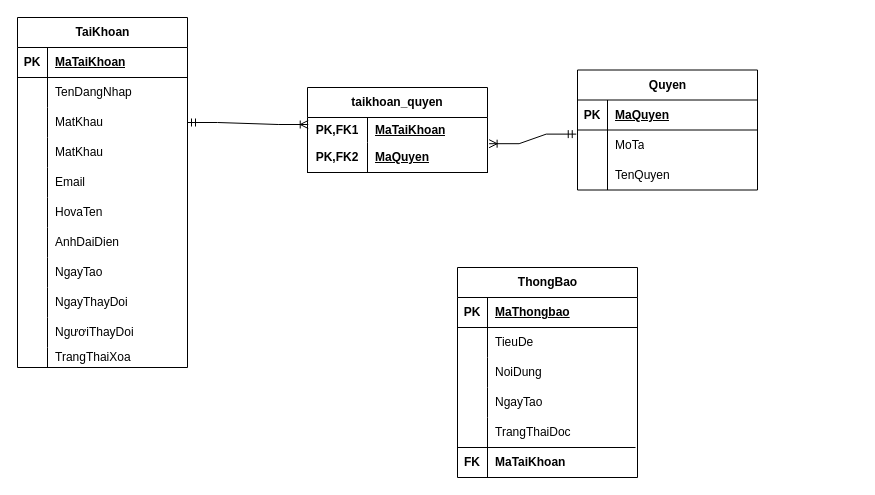
Earlier version of the draw.io diagram eLearningDatabse.drawio (trantrung28122003/database). Source tidied: cells renumbered, new cells numbered last; positions are measured from the earlier drawing's top-left corner, leaving out a move shared by most shapes. Both pictures are drawn from the tidied source at 100%, with x=0, y=0 at pixel (17, 17).
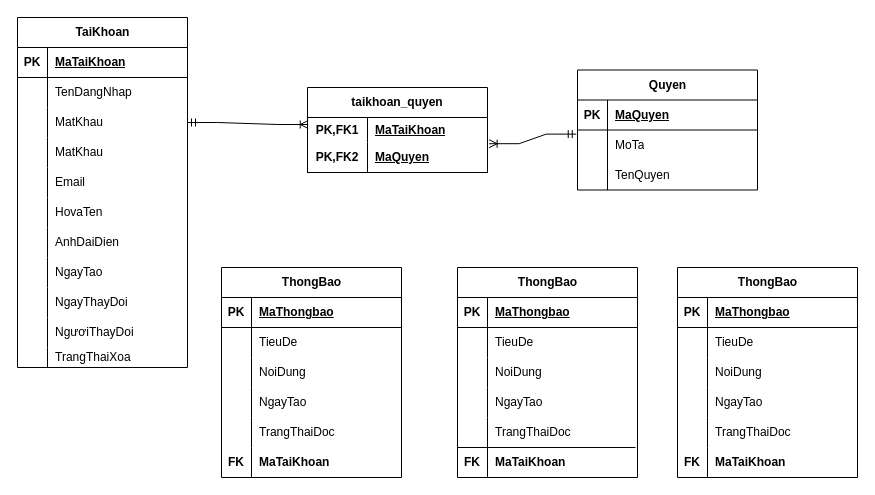
The same page after the edit.

What changed in the source:
```diff
@@
+    <mxCell id="75" value="ThongBao" style="shape=table;startSize=30;childLayout=tableLayout;rowLines=0;fontStyle=1;align=center;html=1;" parent="1" vertex="1">
+      <mxGeometry x="660" y="250" width="180" height="210" as="geometry" />
+    </mxCell>
+    <mxCell id="76" style="shape=tableRow;horizontal=0;startSize=0;swimlaneHead=0;swimlaneBody=0;fillColor=none;top=0;left=0;right=0;bottom=1;" parent="75" vertex="1">
+      <mxGeometry y="30" width="180" height="30" as="geometry" />
+    </mxCell>
+    <mxCell id="77" value="PK" style="shape=partialRectangle;fillColor=none;top=0;left=0;bottom=0;right=0;fontStyle=1;overflow=hidden;whiteSpace=wrap;html=1;" parent="76" vertex="1">
+      <mxGeometry width="30" height="30" as="geometry" />
+    </mxCell>
+    <mxCell id="78" value="MaThongbao" style="shape=partialRectangle;fillColor=none;top=0;left=0;bottom=0;right=0;align=left;spacingLeft=6;fontStyle=5;overflow=hidden;whiteSpace=wrap;html=1;" parent="76" vertex="1">
+      <mxGeometry x="30" width="150" height="30" as="geometry" />
+    </mxCell>
+    <mxCell id="79" style="shape=tableRow;horizontal=0;startSize=0;swimlaneHead=0;swimlaneBody=0;fillColor=none;top=0;left=0;right=0;bottom=0;" parent="75" vertex="1">
+      <mxGeometry y="60" width="180" height="30" as="geometry" />
+    </mxCell>
+    <mxCell id="80" style="shape=partialRectangle;fillColor=none;top=0;left=0;bottom=0;right=0;overflow=hidden;whiteSpace=wrap;html=1;" parent="79" vertex="1">
+      <mxGeometry width="30" height="30" as="geometry" />
+    </mxCell>
+    <mxCell id="81" value="TieuDe" style="shape=partialRectangle;fillColor=none;top=0;left=0;bottom=0;right=0;align=left;spacingLeft=6;overflow=hidden;whiteSpace=wrap;html=1;" parent="79" vertex="1">
+      <mxGeometry x="30" width="150" height="30" as="geometry" />
+    </mxCell>
+    <mxCell id="82" style="shape=tableRow;horizontal=0;startSize=0;swimlaneHead=0;swimlaneBody=0;fillColor=none;top=0;left=0;right=0;bottom=0;" parent="75" vertex="1">
+      <mxGeometry y="90" width="180" height="30" as="geometry" />
+    </mxCell>
+    <mxCell id="83" style="shape=partialRectangle;fillColor=none;top=0;left=0;bottom=0;right=0;overflow=hidden;whiteSpace=wrap;html=1;" parent="82" vertex="1">
+      <mxGeometry width="30" height="30" as="geometry" />
+    </mxCell>
+    <mxCell id="84" value="NoiDung" style="shape=partialRectangle;fillColor=none;top=0;left=0;bottom=0;right=0;align=left;spacingLeft=6;overflow=hidden;whiteSpace=wrap;html=1;" parent="82" vertex="1">
+      <mxGeometry x="30" width="150" height="30" as="geometry" />
+    </mxCell>
+    <mxCell id="85" style="shape=tableRow;horizontal=0;startSize=0;swimlaneHead=0;swimlaneBody=0;fillColor=none;top=0;left=0;right=0;bottom=0;" parent="75" vertex="1">
+      <mxGeometry y="120" width="180" height="30" as="geometry" />
+    </mxCell>
+    <mxCell id="86" style="shape=partialRectangle;fillColor=none;top=0;left=0;bottom=0;right=0;overflow=hidden;whiteSpace=wrap;html=1;" parent="85" vertex="1">
+      <mxGeometry width="30" height="30" as="geometry" />
+    </mxCell>
+    <mxCell id="87" value="NgayTao" style="shape=partialRectangle;fillColor=none;top=0;left=0;bottom=0;right=0;align=left;spacingLeft=6;overflow=hidden;whiteSpace=wrap;html=1;" parent="85" vertex="1">
+      <mxGeometry x="30" width="150" height="30" as="geometry" />
+    </mxCell>
+    <mxCell id="88" style="shape=tableRow;horizontal=0;startSize=0;swimlaneHead=0;swimlaneBody=0;fillColor=none;top=0;left=0;right=0;bottom=0;" parent="75" vertex="1">
+      <mxGeometry y="150" width="180" height="30" as="geometry" />
+    </mxCell>
+    <mxCell id="89" style="shape=partialRectangle;fillColor=none;top=0;left=0;bottom=0;right=0;overflow=hidden;whiteSpace=wrap;html=1;" parent="88" vertex="1">
+      <mxGeometry width="30" height="30" as="geometry" />
+    </mxCell>
+    <mxCell id="90" value="TrangThaiDoc" style="shape=partialRectangle;fillColor=none;top=0;left=0;bottom=0;right=0;align=left;spacingLeft=6;overflow=hidden;whiteSpace=wrap;html=1;" parent="88" vertex="1">
+      <mxGeometry x="30" width="150" height="30" as="geometry" />
+    </mxCell>
+    <mxCell id="91" style="shape=tableRow;horizontal=0;startSize=0;swimlaneHead=0;swimlaneBody=0;fillColor=none;top=0;left=0;right=0;bottom=0;" parent="75" vertex="1">
+      <mxGeometry y="180" width="180" height="30" as="geometry" />
+    </mxCell>
+    <mxCell id="92" value="&lt;b&gt;FK&lt;/b&gt;" style="shape=partialRectangle;fillColor=none;top=0;left=0;bottom=0;right=0;overflow=hidden;whiteSpace=wrap;html=1;" parent="91" vertex="1">
+      <mxGeometry width="30" height="30" as="geometry" />
+    </mxCell>
+    <mxCell id="93" value="MaTaiKhoan" style="shape=partialRectangle;fillColor=none;top=0;left=0;bottom=0;right=0;align=left;spacingLeft=6;overflow=hidden;whiteSpace=wrap;html=1;fontStyle=1;" parent="91" vertex="1">
+      <mxGeometry x="30" width="150" height="30" as="geometry" />
+    </mxCell>
+    <mxCell id="94" value="ThongBao" style="shape=table;startSize=30;childLayout=tableLayout;rowLines=0;fontStyle=1;align=center;html=1;" parent="1" vertex="1">
+      <mxGeometry x="204" y="250" width="180" height="210" as="geometry" />
+    </mxCell>
+    <mxCell id="95" style="shape=tableRow;horizontal=0;startSize=0;swimlaneHead=0;swimlaneBody=0;fillColor=none;top=0;left=0;right=0;bottom=1;" parent="94" vertex="1">
+      <mxGeometry y="30" width="180" height="30" as="geometry" />
+    </mxCell>
+    <mxCell id="96" value="PK" style="shape=partialRectangle;fillColor=none;top=0;left=0;bottom=0;right=0;fontStyle=1;overflow=hidden;whiteSpace=wrap;html=1;" parent="95" vertex="1">
+      <mxGeometry width="30" height="30" as="geometry" />
+    </mxCell>
+    <mxCell id="97" value="MaThongbao" style="shape=partialRectangle;fillColor=none;top=0;left=0;bottom=0;right=0;align=left;spacingLeft=6;fontStyle=5;overflow=hidden;whiteSpace=wrap;html=1;" parent="95" vertex="1">
+      <mxGeometry x="30" width="150" height="30" as="geometry" />
+    </mxCell>
+    <mxCell id="98" style="shape=tableRow;horizontal=0;startSize=0;swimlaneHead=0;swimlaneBody=0;fillColor=none;top=0;left=0;right=0;bottom=0;" parent="94" vertex="1">
+      <mxGeometry y="60" width="180" height="30" as="geometry" />
+    </mxCell>
+    <mxCell id="99" style="shape=partialRectangle;fillColor=none;top=0;left=0;bottom=0;right=0;overflow=hidden;whiteSpace=wrap;html=1;" parent="98" vertex="1">
+      <mxGeometry width="30" height="30" as="geometry" />
+    </mxCell>
+    <mxCell id="100" value="TieuDe" style="shape=partialRectangle;fillColor=none;top=0;left=0;bottom=0;right=0;align=left;spacingLeft=6;overflow=hidden;whiteSpace=wrap;html=1;" parent="98" vertex="1">
+      <mxGeometry x="30" width="150" height="30" as="geometry" />
+    </mxCell>
+    <mxCell id="101" style="shape=tableRow;horizontal=0;startSize=0;swimlaneHead=0;swimlaneBody=0;fillColor=none;top=0;left=0;right=0;bottom=0;" parent="94" vertex="1">
+      <mxGeometry y="90" width="180" height="30" as="geometry" />
+    </mxCell>
+    <mxCell id="102" style="shape=partialRectangle;fillColor=none;top=0;left=0;bottom=0;right=0;overflow=hidden;whiteSpace=wrap;html=1;" parent="101" vertex="1">
+      <mxGeometry width="30" height="30" as="geometry" />
+    </mxCell>
+    <mxCell id="103" value="NoiDung" style="shape=partialRectangle;fillColor=none;top=0;left=0;bottom=0;right=0;align=left;spacingLeft=6;overflow=hidden;whiteSpace=wrap;html=1;" parent="101" vertex="1">
+      <mxGeometry x="30" width="150" height="30" as="geometry" />
+    </mxCell>
+    <mxCell id="104" style="shape=tableRow;horizontal=0;startSize=0;swimlaneHead=0;swimlaneBody=0;fillColor=none;top=0;left=0;right=0;bottom=0;" parent="94" vertex="1">
+      <mxGeometry y="120" width="180" height="30" as="geometry" />
+    </mxCell>
+    <mxCell id="105" style="shape=partialRectangle;fillColor=none;top=0;left=0;bottom=0;right=0;overflow=hidden;whiteSpace=wrap;html=1;" parent="104" vertex="1">
+      <mxGeometry width="30" height="30" as="geometry" />
+    </mxCell>
+    <mxCell id="106" value="NgayTao" style="shape=partialRectangle;fillColor=none;top=0;left=0;bottom=0;right=0;align=left;spacingLeft=6;overflow=hidden;whiteSpace=wrap;html=1;" parent="104" vertex="1">
+      <mxGeometry x="30" width="150" height="30" as="geometry" />
+    </mxCell>
+    <mxCell id="107" style="shape=tableRow;horizontal=0;startSize=0;swimlaneHead=0;swimlaneBody=0;fillColor=none;top=0;left=0;right=0;bottom=0;" parent="94" vertex="1">
+      <mxGeometry y="150" width="180" height="30" as="geometry" />
+    </mxCell>
+    <mxCell id="108" style="shape=partialRectangle;fillColor=none;top=0;left=0;bottom=0;right=0;overflow=hidden;whiteSpace=wrap;html=1;" parent="107" vertex="1">
+      <mxGeometry width="30" height="30" as="geometry" />
+    </mxCell>
+    <mxCell id="109" value="TrangThaiDoc" style="shape=partialRectangle;fillColor=none;top=0;left=0;bottom=0;right=0;align=left;spacingLeft=6;overflow=hidden;whiteSpace=wrap;html=1;" parent="107" vertex="1">
+      <mxGeometry x="30" width="150" height="30" as="geometry" />
+    </mxCell>
+    <mxCell id="110" style="shape=tableRow;horizontal=0;startSize=0;swimlaneHead=0;swimlaneBody=0;fillColor=none;top=0;left=0;right=0;bottom=0;" parent="94" vertex="1">
+      <mxGeometry y="180" width="180" height="30" as="geometry" />
+    </mxCell>
+    <mxCell id="111" value="&lt;b&gt;FK&lt;/b&gt;" style="shape=partialRectangle;fillColor=none;top=0;left=0;bottom=0;right=0;overflow=hidden;whiteSpace=wrap;html=1;" parent="110" vertex="1">
+      <mxGeometry width="30" height="30" as="geometry" />
+    </mxCell>
+    <mxCell id="112" value="MaTaiKhoan" style="shape=partialRectangle;fillColor=none;top=0;left=0;bottom=0;right=0;align=left;spacingLeft=6;overflow=hidden;whiteSpace=wrap;html=1;fontStyle=1;" parent="110" vertex="1">
+      <mxGeometry x="30" width="150" height="30" as="geometry" />
+    </mxCell>
```
